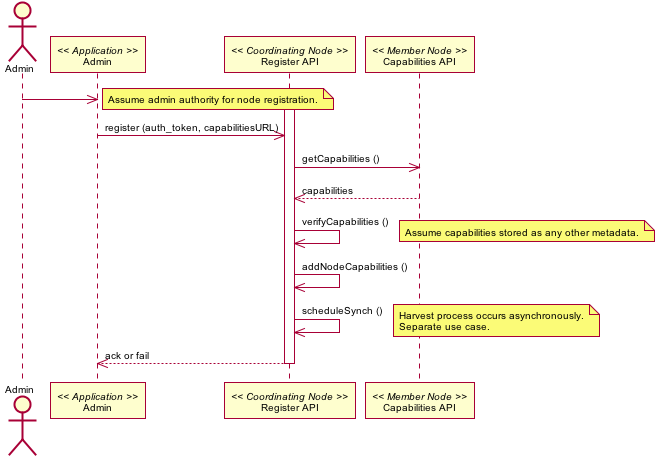
Earlier version of the PlantUML export source/UseCases/images/03_interaction.png (datadavev/DataONE_architecture). The source it was exported from:
```plantuml
@startuml images/03_interaction.png
skinparam activityFontColor black
skinparam activityFontSize 10
skinparam activityFontName arial
skinparam activityArrowFontColor black
skinparam activityArrowFontSize 10
skinparam activityArrowFontName arial
skinparam classArrowFontColor black
skinparam classArrowFontSize 10
skinparam classArrowFontName arial
skinparam classAttributeFontColor black
skinparam classAttributeFontSize 10
skinparam classAttributeFontName arial
skinparam classFontColor black
skinparam classFontSize 10
skinparam classFontName arial
skinparam componentFontColor black
skinparam componentFontSize 10
skinparam componentFontName arial
skinparam componentArrowFontColor black
skinparam componentArrowFontSize 10
skinparam componentArrowFontName arial
skinparam noteFontColor black
skinparam noteFontSize 10
skinparam noteFontName arial
skinparam packageFontColor black
skinparam packageFontSize 10
skinparam packageFontName arial
skinparam sequenceActorFontColor black
skinparam sequenceActorFontSize 10
skinparam sequenceActorFontName arial
skinparam sequenceArrowFontColor black
skinparam sequenceArrowFontSize 10
skinparam sequenceArrowFontName arial
skinparam sequenceGroupingFontColor black
skinparam sequenceGroupingFontSize 10
skinparam sequenceGroupingFontName arial
skinparam sequenceGroupingHeaderFontColor black
skinparam sequenceGroupingHeaderFontSize 10
skinparam sequenceGroupingHeaderFontName arial
skinparam sequenceParticipantFontColor black
skinparam sequenceParticipantFontSize 10
skinparam sequenceParticipantFontName arial
skinparam sequenceTitleFontColor black
skinparam sequenceTitleFontSize 10
skinparam sequenceTitleFontName arial
skinparam titleFontColor black
skinparam titleFontSize 10
skinparam titleFontName arial
skinparam usecaseFontColor black
skinparam usecaseFontSize 10
skinparam usecaseFontName arial
skinparam usecaseActorFontColor black
skinparam usecaseActorFontSize 10
skinparam usecaseActorFontName arial
skinparam usecaseArrowFontColor black
skinparam usecaseArrowFontSize 10
skinparam usecaseArrowFontName arial
actor Admin
participant "Admin" as app_admin << Application >>
Admin -> app_admin
note right
Assume admin authority for node registration.
end note
participant "Register API" as c_reg << Coordinating Node >>
activate c_reg
app_admin -> c_reg: register (auth_token, capabilitiesURL)
participant "Capabilities API" as m_cap << Member Node >>
c_reg -> m_cap: getCapabilities ()
c_reg <-- m_cap: capabilities
c_reg -> c_reg: verifyCapabilities ()
note right
Assume capabilities stored as any other metadata.
end note
c_reg -> c_reg: addNodeCapabilities ()
c_reg -> c_reg: scheduleSynch ()
note right
Harvest process occurs asynchronously.
Separate use case.
end note
app_admin <-- c_reg: ack or fail
deactivate c_reg
@enduml
```
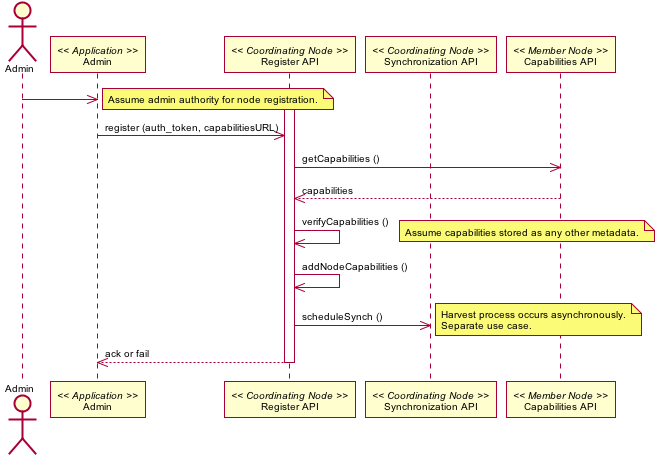
Later version of the same file.

Diff of the diagram source:
```diff
@@ -63,6 +63,7 @@
 Assume admin authority for node registration.
 end note
 participant "Register API" as c_reg << Coordinating Node >>
+participant "Synchronization API" as c_sync << Coordinating Node >>
 activate c_reg
 app_admin -> c_reg: register (auth_token, capabilitiesURL)
 participant "Capabilities API" as m_cap << Member Node >>
@@ -73,7 +74,7 @@
 Assume capabilities stored as any other metadata.
 end note
 c_reg -> c_reg: addNodeCapabilities ()
-c_reg -> c_reg: scheduleSynch ()
+c_reg -> c_sync: scheduleSynch ()
 note right
 Harvest process occurs asynchronously.
 Separate use case.
```
